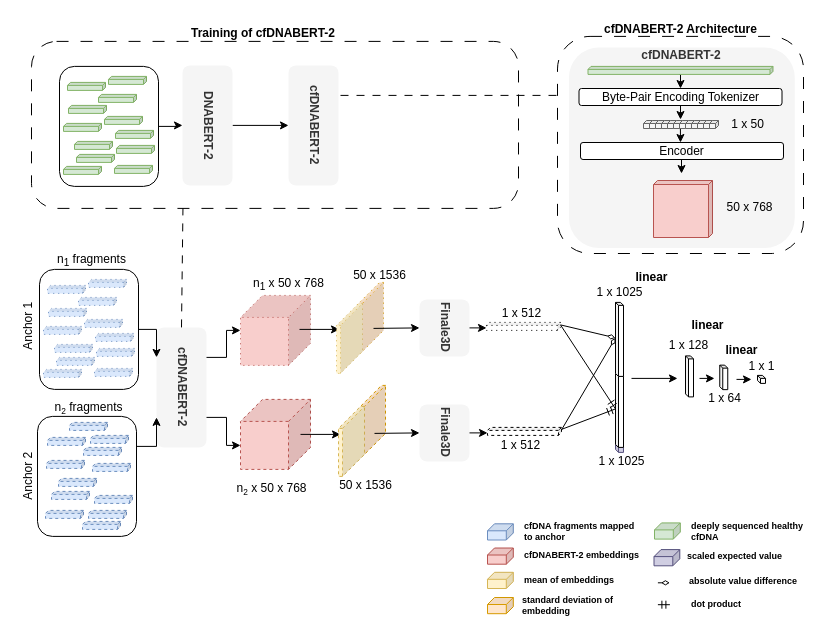
Above: Finale3DLSTM.drawio in bananasrlowkeygood/bananasrlowkeygood.github.io (draw.io), before the change. Source tidied: cells renumbered, new cells numbered last; positions are measured from the earlier drawing's top-left corner, leaving out a move shared by most shapes. Both pictures are drawn from the tidied source at 100%, with x=0, y=0 at pixel (17, 17).
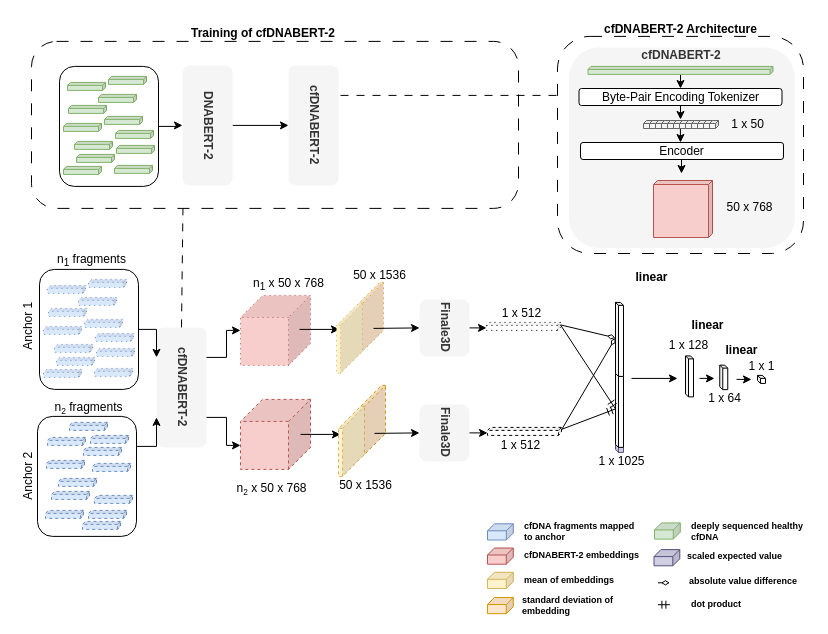
Above is the later version.

What changed in the source:
```diff
@@
-    <mxCell id="75" value="1 x 1025" style="text;html=1;strokeColor=none;fillColor=none;align=center;verticalAlign=middle;whiteSpace=wrap;rounded=0;" parent="1" vertex="1">
-      <mxGeometry x="553" y="259.9" width="99" height="30" as="geometry" />
-    </mxCell>
```
